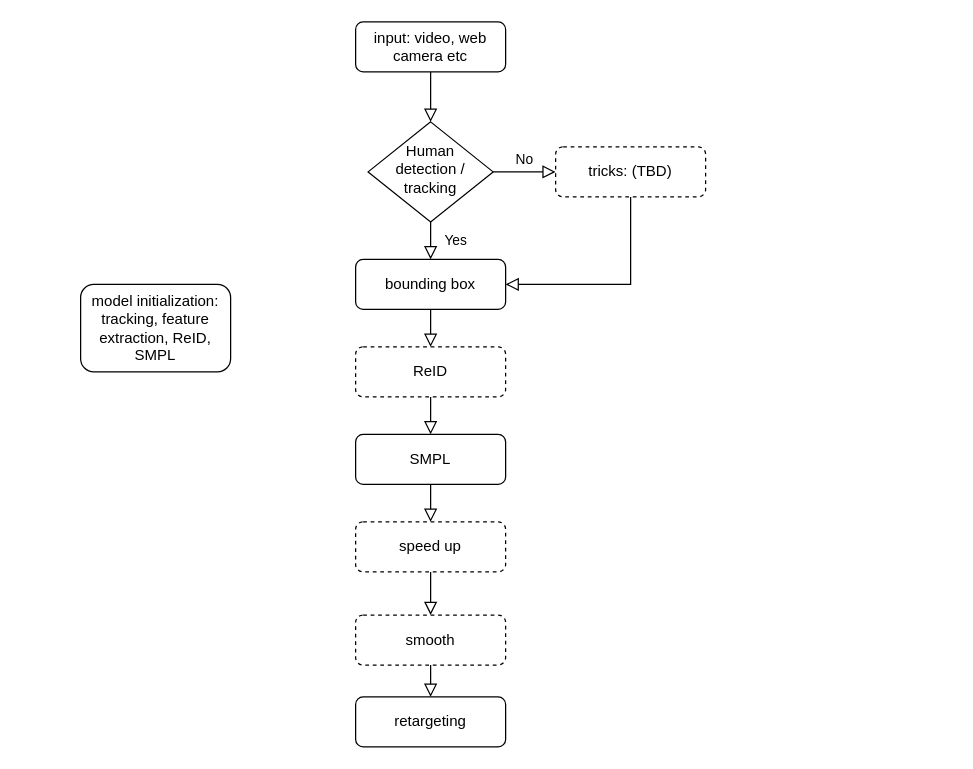
Before: suiying_pipeline.drawio in zhewei-mt/zhewei-mt, a draw.io diagram. Source tidied: cells renumbered, new cells numbered last; positions are measured from the earlier drawing's top-left corner, leaving out a move shared by most shapes. Both pictures are drawn from the tidied source at 125%, with x=0, y=0 at pixel (80, 21).
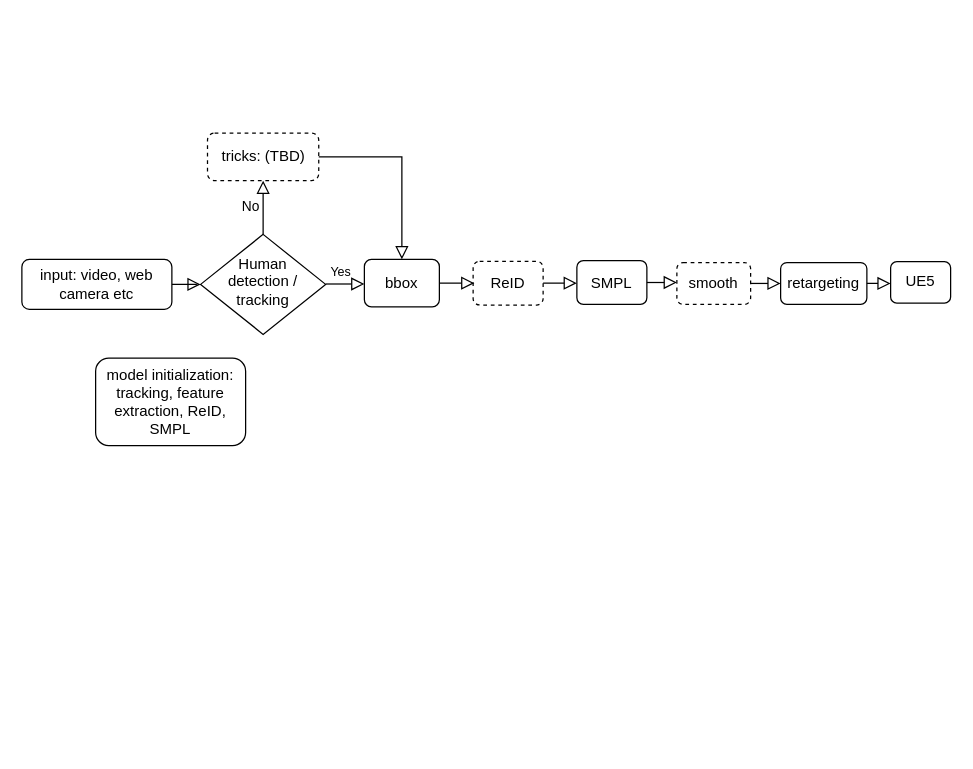
The same diagram, later.

Diff of the diagram source:
```diff
@@
     <mxCell id="3" value="input: video, web camera etc" style="rounded=1;whiteSpace=wrap;html=1;fontSize=12;glass=0;strokeWidth=1;shadow=0;" parent="1" vertex="1">
-      <mxGeometry x="220" width="120" height="40" as="geometry" />
+      <mxGeometry x="-47" y="190" width="120" height="40" as="geometry" />
     </mxCell>
-    <mxCell id="4" value="Yes" style="rounded=0;html=1;jettySize=auto;fontSize=11;endArrow=block;endFill=0;endSize=8;strokeWidth=1;shadow=0;labelBackgroundColor=none;edgeStyle=orthogonalEdgeStyle;" parent="1" edge="1" source="6">
-      <mxGeometry y="20" relative="1" as="geometry">
-        <mxPoint x="280" y="190" as="targetPoint" />
-      </mxGeometry>
-    </mxCell>
@@
     <mxCell id="6" value="Human detection / tracking" style="rhombus;whiteSpace=wrap;html=1;shadow=0;fontFamily=Helvetica;fontSize=12;align=center;strokeWidth=1;spacing=6;spacingTop=-4;" parent="1" vertex="1">
-      <mxGeometry x="230" y="80" width="100" height="80" as="geometry" />
+      <mxGeometry x="96" y="170" width="100" height="80" as="geometry" />
     </mxCell>
     <mxCell id="7" value="tricks: (TBD)" style="rounded=1;whiteSpace=wrap;html=1;fontSize=12;glass=0;strokeWidth=1;shadow=0;dashed=1;" parent="1" vertex="1">
-      <mxGeometry x="380" y="100" width="120" height="40" as="geometry" />
+      <mxGeometry x="101.5" y="89" width="89" height="38" as="geometry" />
     </mxCell>
     <mxCell id="8" value="SMPL" style="rounded=1;whiteSpace=wrap;html=1;fontSize=12;glass=0;strokeWidth=1;shadow=0;" parent="1" vertex="1">
-      <mxGeometry x="220" y="330" width="120" height="40" as="geometry" />
+      <mxGeometry x="397" y="191" width="56" height="35" as="geometry" />
     </mxCell>
-    <mxCell id="9" value="bounding box" style="rounded=1;whiteSpace=wrap;html=1;fontSize=12;glass=0;strokeWidth=1;shadow=0;" parent="1" vertex="1">
-      <mxGeometry x="220" y="190" width="120" height="40" as="geometry" />
+    <mxCell id="9" value="bbox" style="rounded=1;whiteSpace=wrap;html=1;fontSize=12;glass=0;strokeWidth=1;shadow=0;" parent="1" vertex="1">
+      <mxGeometry x="227" y="190" width="60" height="38" as="geometry" />
     </mxCell>
     <mxCell id="10" value="model initialization: tracking, feature extraction, ReID, SMPL" style="rounded=1;whiteSpace=wrap;html=1;fontSize=12;glass=0;strokeWidth=1;shadow=0;" parent="1" vertex="1">
-      <mxGeometry y="210" width="120" height="70" as="geometry" />
+      <mxGeometry x="12" y="269" width="120" height="70" as="geometry" />
     </mxCell>
+    <mxCell id="12" value="ReID" style="rounded=1;whiteSpace=wrap;html=1;fontSize=12;glass=0;strokeWidth=1;shadow=0;dashed=1;" parent="1" vertex="1">
+      <mxGeometry x="314" y="191.5" width="56" height="35" as="geometry" />
+    </mxCell>
+    <mxCell id="16" value="smooth" style="rounded=1;whiteSpace=wrap;html=1;fontSize=12;glass=0;strokeWidth=1;shadow=0;dashed=1;" parent="1" vertex="1">
+      <mxGeometry x="477" y="192.5" width="59" height="33.5" as="geometry" />
+    </mxCell>
+    <mxCell id="19" value="retargeting" style="rounded=1;whiteSpace=wrap;html=1;fontSize=12;glass=0;strokeWidth=1;shadow=0;" parent="1" vertex="1">
+      <mxGeometry x="560" y="192.5" width="69" height="33.5" as="geometry" />
+    </mxCell>
+    <mxCell id="21" style="rounded=0;html=1;jettySize=auto;fontSize=11;endArrow=block;endFill=0;endSize=8;strokeWidth=1;shadow=0;labelBackgroundColor=none;edgeStyle=orthogonalEdgeStyle;entryX=0;entryY=0.5;entryDx=0;entryDy=0;" parent="1" edge="1" target="9">
+      <mxGeometry relative="1" as="geometry">
+        <mxPoint x="196" y="209.7" as="sourcePoint" />
+      </mxGeometry>
+    </mxCell>
+    <mxCell id="4" value="&lt;font style=&quot;font-size: 10px;&quot;&gt;Yes&lt;/font&gt;" style="text;html=1;align=center;verticalAlign=middle;strokeColor=none;fillColor=none;" parent="1" vertex="1">
+      <mxGeometry x="189" y="187" width="38" height="26" as="geometry" />
+    </mxCell>
-    <mxCell id="11" style="rounded=0;html=1;jettySize=auto;fontSize=11;endArrow=block;endFill=0;endSize=8;strokeWidth=1;shadow=0;labelBackgroundColor=none;edgeStyle=orthogonalEdgeStyle;exitX=0.5;exitY=1;exitDx=0;exitDy=0;entryX=1;entryY=0.5;entryDx=0;entryDy=0;" parent="1" edge="1" source="7" target="9">
+    <mxCell id="11" style="rounded=0;html=1;jettySize=auto;fontSize=11;endArrow=block;endFill=0;endSize=8;strokeWidth=1;shadow=0;labelBackgroundColor=none;edgeStyle=orthogonalEdgeStyle;exitX=1;exitY=0.5;exitDx=0;exitDy=0;entryX=0.5;entryY=0;entryDx=0;entryDy=0;" parent="1" edge="1" source="7" target="9">
       <mxGeometry relative="1" as="geometry" />
     </mxCell>
-    <mxCell id="12" value="ReID" style="rounded=1;whiteSpace=wrap;html=1;fontSize=12;glass=0;strokeWidth=1;shadow=0;dashed=1;" parent="1" vertex="1">
-      <mxGeometry x="220" y="260" width="120" height="40" as="geometry" />
-    </mxCell>
-    <mxCell id="13" style="rounded=0;html=1;jettySize=auto;fontSize=11;endArrow=block;endFill=0;endSize=8;strokeWidth=1;shadow=0;labelBackgroundColor=none;edgeStyle=orthogonalEdgeStyle;exitX=0.5;exitY=1;exitDx=0;exitDy=0;entryX=0.5;entryY=0;entryDx=0;entryDy=0;" parent="1" edge="1" source="9" target="12">
-      <mxGeometry relative="1" as="geometry" />
-    </mxCell>
-    <mxCell id="14" style="rounded=0;html=1;jettySize=auto;fontSize=11;endArrow=block;endFill=0;endSize=8;strokeWidth=1;shadow=0;labelBackgroundColor=none;edgeStyle=orthogonalEdgeStyle;exitX=0.5;exitY=1;exitDx=0;exitDy=0;entryX=0.5;entryY=0;entryDx=0;entryDy=0;" parent="1" edge="1" source="12" target="8">
+    <mxCell id="14" style="rounded=0;html=1;jettySize=auto;fontSize=11;endArrow=block;endFill=0;endSize=8;strokeWidth=1;shadow=0;labelBackgroundColor=none;edgeStyle=orthogonalEdgeStyle;exitX=1;exitY=0.5;exitDx=0;exitDy=0;entryX=0;entryY=0.5;entryDx=0;entryDy=0;" parent="1" edge="1" source="12" target="8">
       <mxGeometry relative="1" as="geometry" />
     </mxCell>
-    <mxCell id="15" value="speed up" style="rounded=1;whiteSpace=wrap;html=1;fontSize=12;glass=0;strokeWidth=1;shadow=0;dashed=1;" parent="1" vertex="1">
-      <mxGeometry x="220" y="400" width="120" height="40" as="geometry" />
-    </mxCell>
-    <mxCell id="16" value="smooth" style="rounded=1;whiteSpace=wrap;html=1;fontSize=12;glass=0;strokeWidth=1;shadow=0;dashed=1;" parent="1" vertex="1">
-      <mxGeometry x="220" y="474.5" width="120" height="40" as="geometry" />
-    </mxCell>
-    <mxCell id="17" style="rounded=0;html=1;jettySize=auto;fontSize=11;endArrow=block;endFill=0;endSize=8;strokeWidth=1;shadow=0;labelBackgroundColor=none;edgeStyle=orthogonalEdgeStyle;exitX=0.5;exitY=1;exitDx=0;exitDy=0;entryX=0.5;entryY=0;entryDx=0;entryDy=0;" parent="1" edge="1" source="8" target="15">
-      <mxGeometry relative="1" as="geometry" />
-    </mxCell>
-    <mxCell id="18" style="rounded=0;html=1;jettySize=auto;fontSize=11;endArrow=block;endFill=0;endSize=8;strokeWidth=1;shadow=0;labelBackgroundColor=none;edgeStyle=orthogonalEdgeStyle;exitX=0.5;exitY=1;exitDx=0;exitDy=0;entryX=0.5;entryY=0;entryDx=0;entryDy=0;" parent="1" edge="1" source="15" target="16">
-      <mxGeometry relative="1" as="geometry" />
-    </mxCell>
-    <mxCell id="19" value="retargeting" style="rounded=1;whiteSpace=wrap;html=1;fontSize=12;glass=0;strokeWidth=1;shadow=0;" parent="1" vertex="1">
-      <mxGeometry x="220" y="540" width="120" height="40" as="geometry" />
-    </mxCell>
+    <mxCell id="22" style="rounded=0;html=1;jettySize=auto;fontSize=11;endArrow=block;endFill=0;endSize=8;strokeWidth=1;shadow=0;labelBackgroundColor=none;edgeStyle=orthogonalEdgeStyle;exitX=1;exitY=0.5;exitDx=0;exitDy=0;" parent="1" edge="1" source="9">
+      <mxGeometry relative="1" as="geometry">
+        <mxPoint x="315" y="209" as="targetPoint" />
+      </mxGeometry>
+    </mxCell>
-    <mxCell id="20" style="rounded=0;html=1;jettySize=auto;fontSize=11;endArrow=block;endFill=0;endSize=8;strokeWidth=1;shadow=0;labelBackgroundColor=none;edgeStyle=orthogonalEdgeStyle;exitX=0.5;exitY=1;exitDx=0;exitDy=0;entryX=0.5;entryY=0;entryDx=0;entryDy=0;" parent="1" edge="1" source="16" target="19">
+    <mxCell id="20" style="rounded=0;html=1;jettySize=auto;fontSize=11;endArrow=block;endFill=0;endSize=8;strokeWidth=1;shadow=0;labelBackgroundColor=none;edgeStyle=orthogonalEdgeStyle;exitX=1;exitY=0.5;exitDx=0;exitDy=0;entryX=0;entryY=0.5;entryDx=0;entryDy=0;" parent="1" edge="1" source="16" target="19">
       <mxGeometry relative="1" as="geometry" />
     </mxCell>
+    <mxCell id="23" style="rounded=0;html=1;jettySize=auto;fontSize=11;endArrow=block;endFill=0;endSize=8;strokeWidth=1;shadow=0;labelBackgroundColor=none;edgeStyle=orthogonalEdgeStyle;exitX=1;exitY=0.5;exitDx=0;exitDy=0;entryX=0;entryY=0.5;entryDx=0;entryDy=0;" parent="1" edge="1" source="8" target="16">
+      <mxGeometry relative="1" as="geometry" />
+    </mxCell>
+    <mxCell id="24" value="UE5" style="rounded=1;whiteSpace=wrap;html=1;fontSize=12;glass=0;strokeWidth=1;shadow=0;" parent="1" vertex="1">
+      <mxGeometry x="648" y="191.8" width="48" height="33.2" as="geometry" />
+    </mxCell>
+    <mxCell id="25" style="rounded=0;html=1;jettySize=auto;fontSize=11;endArrow=block;endFill=0;endSize=8;strokeWidth=1;shadow=0;labelBackgroundColor=none;edgeStyle=orthogonalEdgeStyle;exitX=1;exitY=0.5;exitDx=0;exitDy=0;" parent="1" edge="1" source="19">
+      <mxGeometry relative="1" as="geometry">
+        <mxPoint x="648" y="209" as="targetPoint" />
+      </mxGeometry>
+    </mxCell>
```
